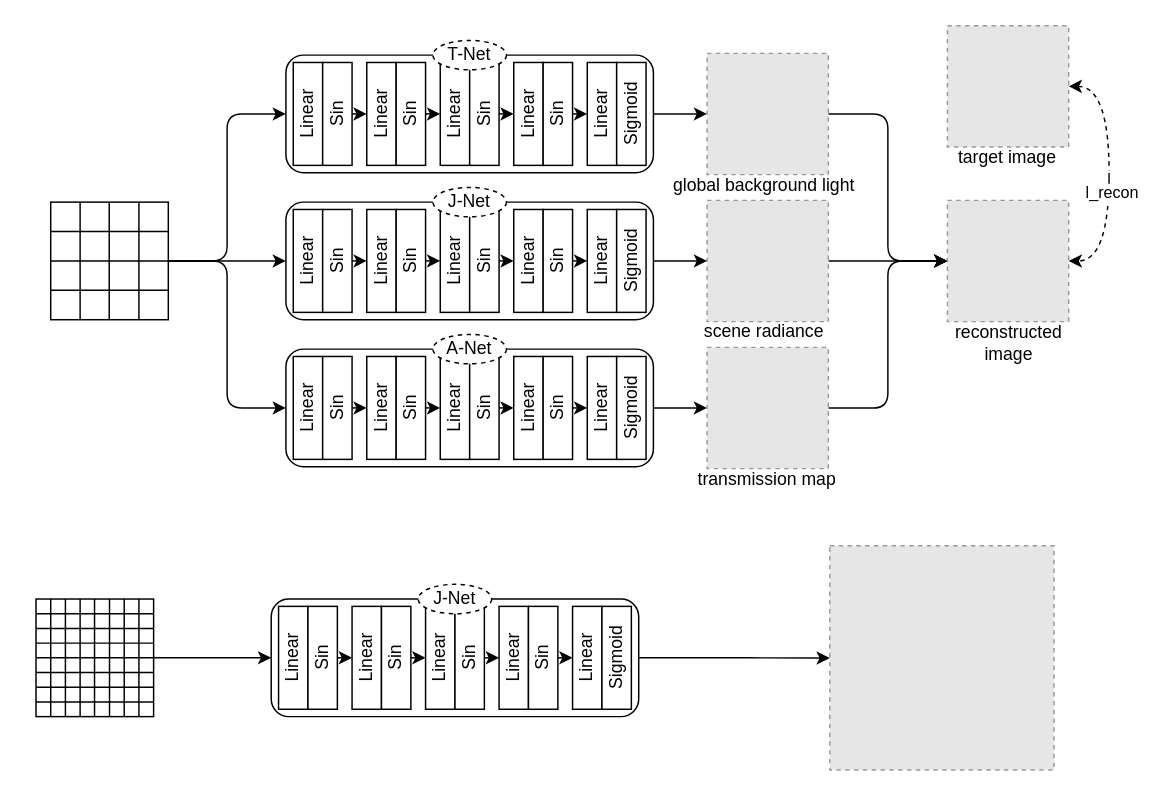
The draw.io diagram 未命名绘图.drawio in DZRRRRRR/Note, before the edit. Source tidied: cells renumbered, new cells numbered last; positions are measured from the earlier drawing's top-left corner, leaving out a move shared by most shapes. Both pictures are drawn from the tidied source at 147%, with x=0, y=0 at pixel (35, 25). Pictures stored in the file or linked from it are replaced by grey dashed boxes.
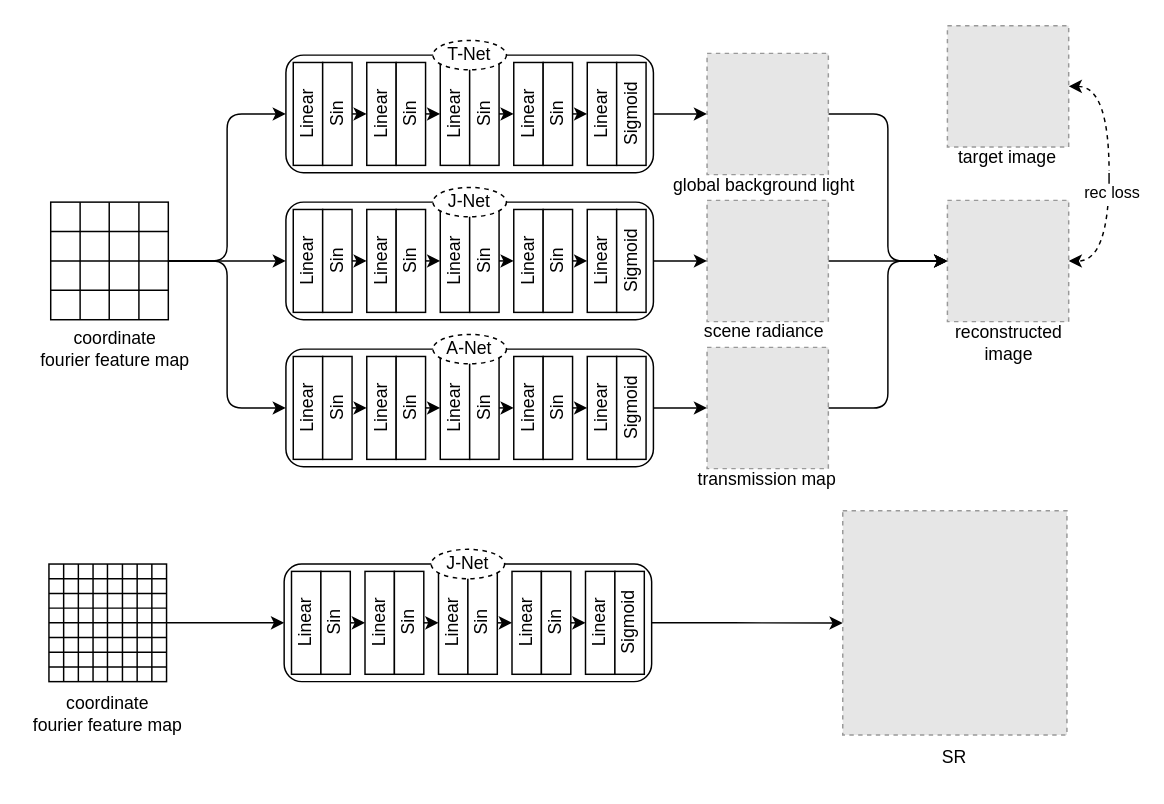
Above is the later version.

Commit message (it also covers changes not shown here):
更新未命名绘图.drawio

The change refers to these unchanged cells:
```xml
<mxCell id="108" style="edgeStyle=orthogonalEdgeStyle;jettySize=auto;html=1;exitX=1;exitY=0.5;exitDx=0;exitDy=0;entryX=1;entryY=0.5;entryDx=0;entryDy=0;dashed=1;startArrow=classic;startFill=1;curved=1;" parent="1" edge="1" source="111" target="107">
  <mxGeometry relative="1" as="geometry">
    <Array as="points">
      <mxPoint x="730" y="41" />
      <mxPoint x="730" y="160" />
    </Array>
  </mxGeometry>
</mxCell>
```

Diff of the diagram source:
```diff
@@
     <mxCell id="2" style="group;" parent="1" vertex="1">
-      <mxGeometry y="390" width="80" height="80" as="geometry" />
+      <mxGeometry x="8.8" y="366.2" width="80" height="80" as="geometry" />
     </mxCell>
@@
     <mxCell id="80" style="group;" parent="1" vertex="1">
-      <mxGeometry x="160" y="380" width="250" height="90" as="geometry" />
+      <mxGeometry x="168.8" y="356.2" width="250" height="90" as="geometry" />
     </mxCell>
@@
     <mxCell id="103" style="fillColor=#E6E6E6;strokeColor=#999999;dashed=1;verticalLabelPosition=bottom;labelBackgroundColor=default;verticalAlign=top;" parent="1" vertex="1">
-      <mxGeometry x="540" y="353.8" width="152.5" height="152.5" as="geometry" />
+      <mxGeometry x="548.8" y="330" width="152.5" height="152.5" as="geometry" />
     </mxCell>
@@
-    <mxCell id="110" value="l_recon" style="edgeLabel;html=1;align=center;verticalAlign=middle;" parent="108" vertex="1">
+    <mxCell id="110" value="rec loss" style="edgeLabel;html=1;align=center;verticalAlign=middle;" parent="108" vertex="1">
       <mxGeometry x="0.15" y="1" relative="1" as="geometry" />
     </mxCell>
@@
+    <mxCell id="117" value="coordinate&lt;br&gt;fourier feature map" style="text;html=1;strokeColor=none;fillColor=none;align=center;verticalAlign=middle;whiteSpace=wrap;rounded=0;dashed=1;" parent="1" vertex="1">
+      <mxGeometry x="-1.9" y="205" width="111.9" height="30" as="geometry" />
+    </mxCell>
+    <mxCell id="118" value="coordinate&lt;br&gt;fourier feature map" style="text;html=1;strokeColor=none;fillColor=none;align=center;verticalAlign=middle;whiteSpace=wrap;rounded=0;dashed=1;" parent="1" vertex="1">
+      <mxGeometry x="-7.2" y="452.5" width="111.9" height="30" as="geometry" />
+    </mxCell>
+    <mxCell id="119" value="SR" style="text;html=1;strokeColor=none;fillColor=none;align=center;verticalAlign=middle;whiteSpace=wrap;rounded=0;dashed=1;" parent="1" vertex="1">
+      <mxGeometry x="569.1" y="482.5" width="111.9" height="30" as="geometry" />
+    </mxCell>
```
